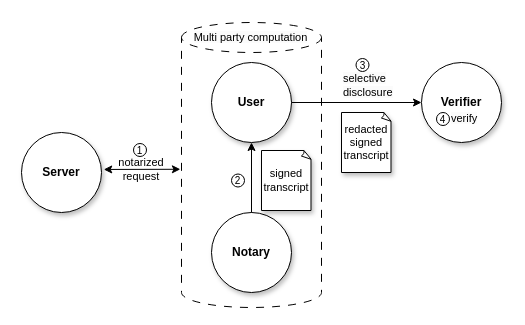
This is diagrams/overview3.drawio from tlsnotary/docs-mdbook, a draw.io file, before an edit. Source tidied: cells renumbered, new cells numbered last; positions are measured from the earlier drawing's top-left corner, leaving out a move shared by most shapes. Both pictures are drawn from the tidied source at 100%, with x=0, y=0 at pixel (21, 17).
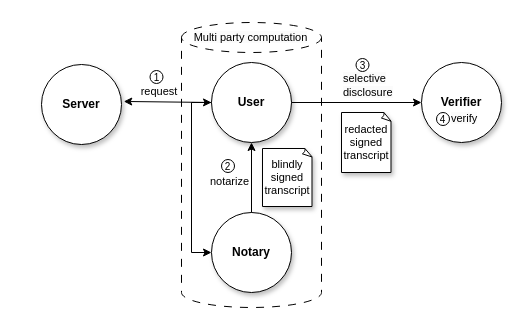
The same diagram, later.

Unchanged cells that the change refers to:
```xml
<mxCell id="2" style="shape=cylinder3;whiteSpace=wrap;html=1;boundedLbl=1;backgroundOutline=1;size=15;dashed=1;dashPattern=8 8;" parent="1" vertex="1">
  <mxGeometry x="160" y="5" width="140" height="285" as="geometry" />
</mxCell>
<mxCell id="3" value="User" style="ellipse;whiteSpace=wrap;html=1;shadow=1;fontStyle=1;" parent="1" vertex="1">
  <mxGeometry x="190" y="45" width="80" height="80" as="geometry" />
</mxCell>
<mxCell id="5" value="Notary" style="ellipse;whiteSpace=wrap;html=1;shadow=1;fontStyle=1;" parent="1" vertex="1">
  <mxGeometry x="190" y="195" width="80" height="80" as="geometry" />
</mxCell>
<mxCell id="10" style="endArrow=classic;html=1;rounded=0;" parent="1" edge="1" source="5" target="3">
  <mxGeometry relative="1" as="geometry" />
</mxCell>
```

The edit, as a diff of the source:
```diff
@@
     <mxCell id="4" value="Server" style="ellipse;whiteSpace=wrap;html=1;shadow=1;fontStyle=1;" parent="1" vertex="1">
-      <mxGeometry y="115" width="80" height="80" as="geometry" />
+      <mxGeometry x="20" y="47" width="80" height="80" as="geometry" />
     </mxCell>
@@
-    <mxCell id="6" value="signed&lt;br style=&quot;font-size: 11px;&quot;&gt;transcript" style="whiteSpace=wrap;html=1;shape=mxgraph.basic.document;fontSize=11;shadow=1;" parent="1" vertex="1">
-      <mxGeometry x="240" y="133" width="50" height="60" as="geometry" />
+    <mxCell id="6" value="blindly&lt;br&gt;signed&lt;br style=&quot;font-size: 11px;&quot;&gt;transcript" style="whiteSpace=wrap;html=1;shape=mxgraph.basic.document;fontSize=11;shadow=1;" parent="1" vertex="1">
+      <mxGeometry x="241" y="131" width="50" height="58" as="geometry" />
     </mxCell>
@@
-    <mxCell id="8" style="endArrow=classic;startArrow=classic;html=1;rounded=0;entryX=-0.008;entryY=0.515;entryDx=0;entryDy=0;entryPerimeter=0;exitX=1.028;exitY=0.462;exitDx=0;exitDy=0;exitPerimeter=0;" parent="1" edge="1" source="4" target="2">
+    <mxCell id="8" style="endArrow=classic;startArrow=classic;html=1;rounded=0;entryX=0;entryY=0.5;entryDx=0;entryDy=0;exitX=1.028;exitY=0.462;exitDx=0;exitDy=0;exitPerimeter=0;" parent="1" edge="1" source="4" target="3">
       <mxGeometry relative="1" as="geometry" />
     </mxCell>
-    <mxCell id="9" value="notarized request" style="whiteSpace=wrap;html=1;fillColor=none;strokeColor=none;fontSize=11;" parent="1" vertex="1">
-      <mxGeometry x="90" y="121.5" width="60" height="60" as="geometry" />
+    <mxCell id="9" value="request" style="whiteSpace=wrap;html=1;fillColor=none;strokeColor=none;fontSize=11;" parent="1" vertex="1">
+      <mxGeometry x="108" y="69" width="60" height="10" as="geometry" />
     </mxCell>
@@
+    <mxCell id="20" value="notarize" style="edgeLabel;html=1;align=center;verticalAlign=middle;" parent="10" vertex="1">
+      <mxGeometry x="-0.06" y="2" relative="1" as="geometry">
+        <mxPoint x="-21" y="1" as="offset" />
+      </mxGeometry>
+    </mxCell>
@@
     <mxCell id="15" value="1" style="ellipse;whiteSpace=wrap;html=1;fontSize=10;" parent="1" vertex="1">
-      <mxGeometry x="112" y="126" width="13" height="13" as="geometry" />
+      <mxGeometry x="128.5" y="53" width="13" height="13" as="geometry" />
     </mxCell>
     <mxCell id="16" value="2" style="ellipse;whiteSpace=wrap;html=1;fontSize=10;" parent="1" vertex="1">
-      <mxGeometry x="210" y="156.5" width="13" height="13" as="geometry" />
+      <mxGeometry x="200" y="142" width="13" height="13" as="geometry" />
     </mxCell>
@@
+    <mxCell id="21" style="endArrow=classic;html=1;rounded=0;entryX=0;entryY=0.5;entryDx=0;entryDy=0;edgeStyle=elbowEdgeStyle;elbow=vertical;exitX=0;exitY=0.5;exitDx=0;exitDy=0;" parent="1" edge="1" source="3" target="5">
+      <mxGeometry relative="1" as="geometry">
+        <Array as="points">
+          <mxPoint x="170" y="155" />
+        </Array>
+      </mxGeometry>
+    </mxCell>
```
